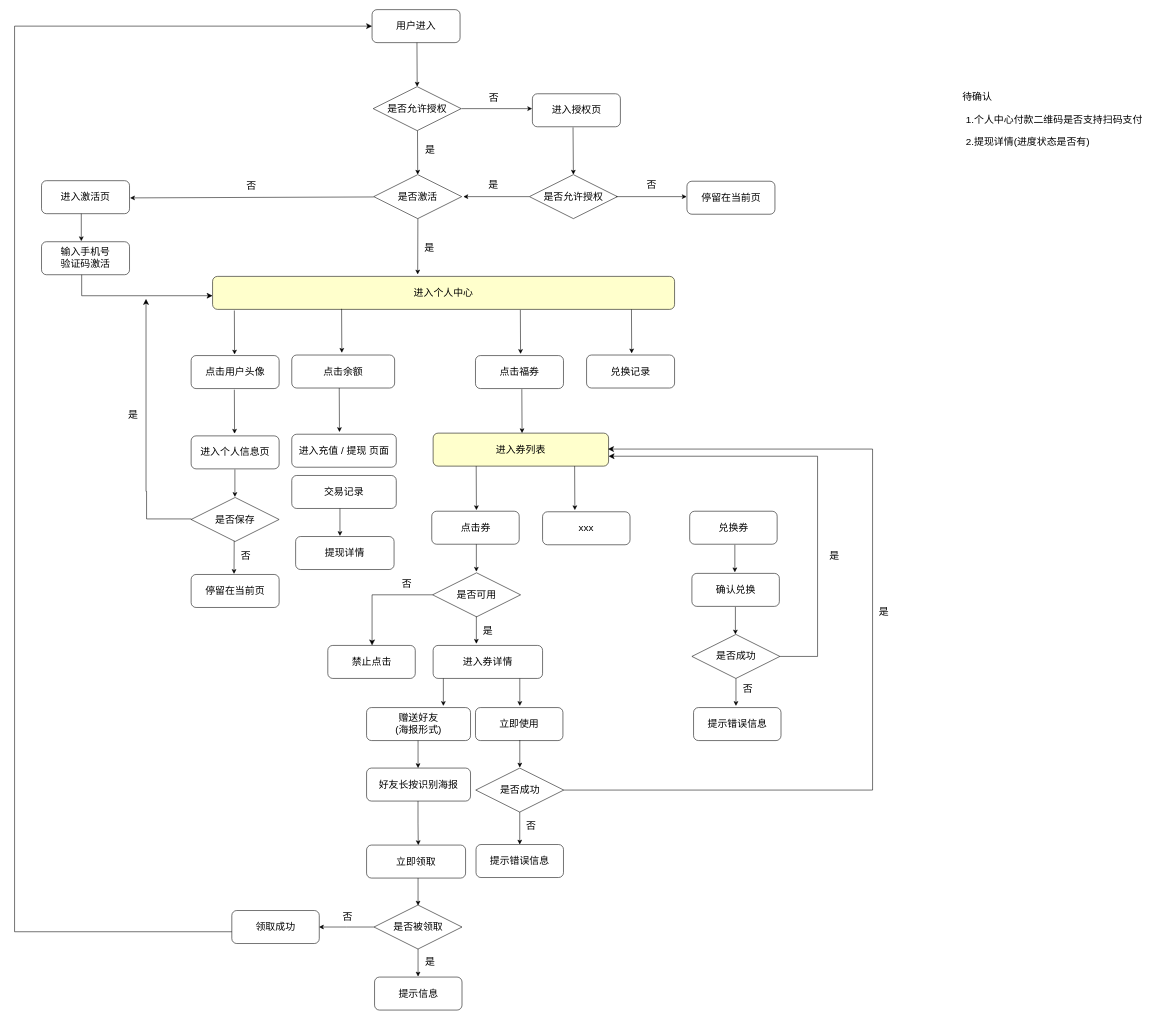
Above: 未命名绘图.drawio in 13717135460/vue-admin (draw.io), before the change. Source tidied: cells renumbered, new cells numbered last; positions are measured from the earlier drawing's top-left corner, leaving out a move shared by most shapes. Both pictures are drawn from the tidied source at 55%, with x=0, y=0 at pixel (14, 9).
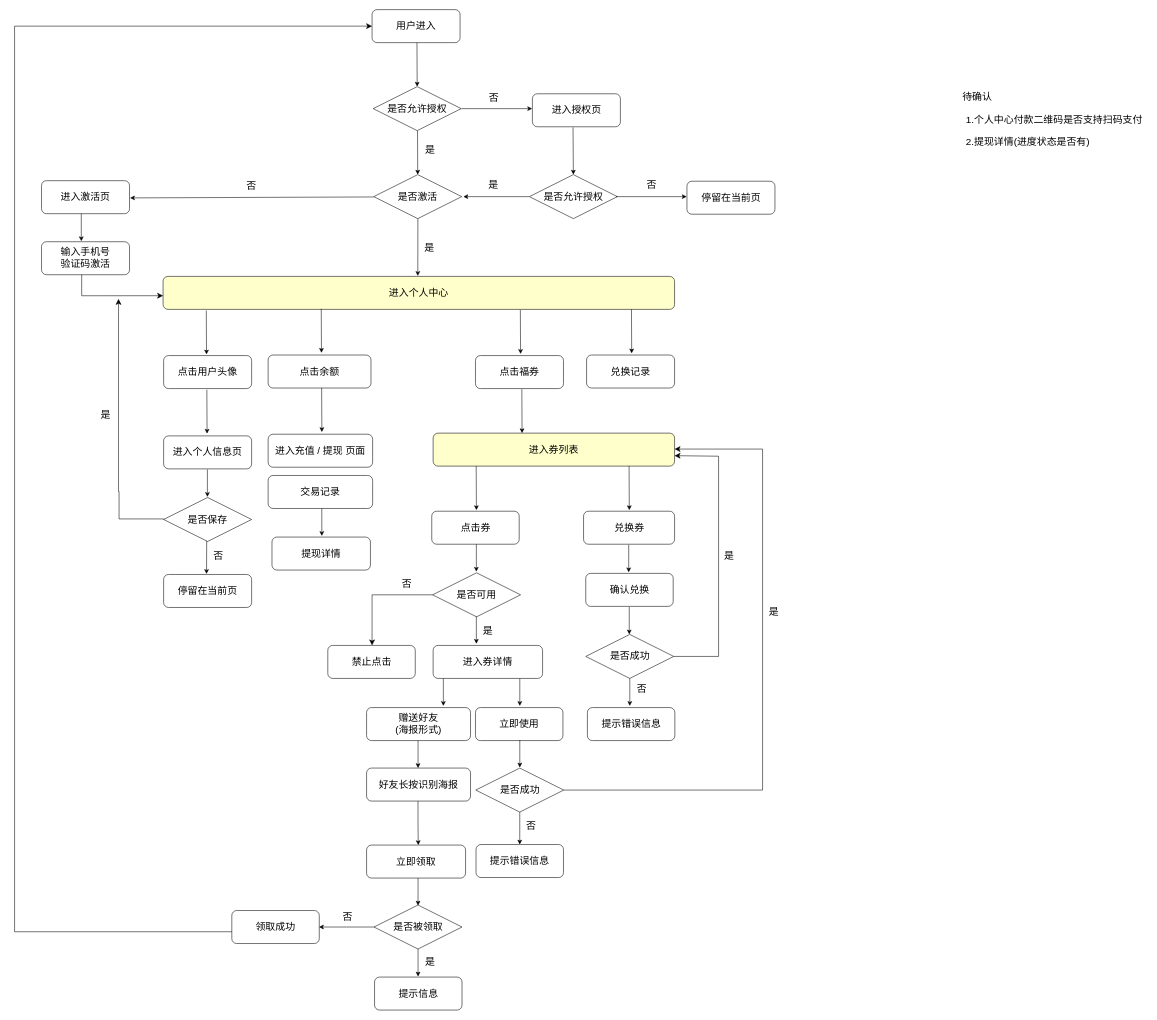
The same diagram, later.

Commit message (it also covers changes not shown here):
更新未命名绘图.drawio

The change refers to these unchanged cells:
```xml
<mxCell id="56" value="&lt;font style=&quot;font-size: 18px;&quot;&gt;是否成功&lt;/font&gt;" style="rhombus;whiteSpace=wrap;html=1;" parent="1" vertex="1">
  <mxGeometry x="838.5" y="1379" width="160" height="80" as="geometry" />
</mxCell>
```

What changed in the source:
```diff
@@
-    <mxCell id="3" style="endArrow=classic;html=1;rounded=0;entryX=0.444;entryY=-0.058;entryDx=0;entryDy=0;entryPerimeter=0;" parent="1" edge="1" target="7">
+    <mxCell id="3" style="endArrow=classic;html=1;rounded=0;entryX=0.498;entryY=-0.014;entryDx=0;entryDy=0;entryPerimeter=0;" parent="1" edge="1" target="7">
       <mxGeometry relative="1" as="geometry">
         <mxPoint x="733.3" y="380" as="sourcePoint" />
       </mxGeometry>
     </mxCell>
@@
     <mxCell id="7" value="&lt;font style=&quot;font-size: 18px;&quot;&gt;进入个人中心&lt;/font&gt;" style="rounded=1;whiteSpace=wrap;html=1;fillColor=#FFFFCC;" parent="1" vertex="1">
-      <mxGeometry x="360" y="485" width="840" height="60" as="geometry" />
+      <mxGeometry x="270" y="485" width="930" height="60" as="geometry" />
     </mxCell>
@@
     <mxCell id="12" style="endArrow=classic;html=1;rounded=0;" parent="1" edge="1">
       <mxGeometry relative="1" as="geometry">
-        <mxPoint x="399.6" y="547" as="sourcePoint" />
-        <mxPoint x="400" y="627" as="targetPoint" />
+        <mxPoint x="348.6" y="547" as="sourcePoint" />
+        <mxPoint x="349" y="627" as="targetPoint" />
       </mxGeometry>
     </mxCell>
@@
     <mxCell id="14" value="&lt;font style=&quot;font-size: 18px;&quot;&gt;点击用户头像&lt;/font&gt;" style="rounded=1;whiteSpace=wrap;html=1;" parent="1" vertex="1">
-      <mxGeometry x="321" y="629" width="160" height="60" as="geometry" />
+      <mxGeometry x="271" y="629" width="160" height="60" as="geometry" />
     </mxCell>
     <mxCell id="15" style="endArrow=classic;html=1;rounded=0;" parent="1" edge="1">
       <mxGeometry relative="1" as="geometry">
-        <mxPoint x="399.6" y="691" as="sourcePoint" />
-        <mxPoint x="400" y="771" as="targetPoint" />
+        <mxPoint x="349.6" y="691" as="sourcePoint" />
+        <mxPoint x="350" y="771" as="targetPoint" />
       </mxGeometry>
     </mxCell>
     <mxCell id="16" value="&lt;font style=&quot;font-size: 18px;&quot;&gt;进入个人信息页&lt;/font&gt;" style="rounded=1;whiteSpace=wrap;html=1;" parent="1" vertex="1">
-      <mxGeometry x="321" y="775" width="160" height="60" as="geometry" />
+      <mxGeometry x="271" y="775" width="160" height="60" as="geometry" />
     </mxCell>
     <mxCell id="17" value="&lt;font style=&quot;font-size: 18px;&quot;&gt;是否保存&lt;/font&gt;" style="rhombus;whiteSpace=wrap;html=1;" parent="1" vertex="1">
-      <mxGeometry x="321" y="887" width="160" height="80" as="geometry" />
+      <mxGeometry x="271" y="887" width="160" height="80" as="geometry" />
     </mxCell>
     <mxCell id="18" style="endArrow=classic;html=1;rounded=0;" parent="1" edge="1">
       <mxGeometry relative="1" as="geometry">
-        <mxPoint x="400.6" y="836" as="sourcePoint" />
-        <mxPoint x="400.6" y="886" as="targetPoint" />
+        <mxPoint x="350.6" y="836" as="sourcePoint" />
+        <mxPoint x="350.6" y="886" as="targetPoint" />
       </mxGeometry>
     </mxCell>
     <mxCell id="19" style="edgeStyle=segmentEdgeStyle;endArrow=classic;html=1;curved=0;rounded=0;endSize=8;startSize=8;exitX=0;exitY=0.5;exitDx=0;exitDy=0;" parent="1" edge="1" source="17">
       <mxGeometry relative="1" as="geometry">
-        <mxPoint x="239" y="526" as="targetPoint" />
+        <mxPoint x="189" y="526" as="targetPoint" />
         <Array as="points">
-          <mxPoint x="240" y="926" />
-          <mxPoint x="240" y="876" />
+          <mxPoint x="190" y="926" />
+          <mxPoint x="190" y="876" />
         </Array>
       </mxGeometry>
     </mxCell>
     <mxCell id="20" value="&lt;font style=&quot;font-size: 18px;&quot;&gt;是&lt;/font&gt;" style="text;html=1;align=center;verticalAlign=middle;strokeColor=none;fillColor=none;" parent="1" vertex="1">
-      <mxGeometry x="195" y="717" width="40" height="40" as="geometry" />
+      <mxGeometry x="145" y="717" width="40" height="40" as="geometry" />
     </mxCell>
     <mxCell id="21" style="endArrow=classic;html=1;rounded=0;" parent="1" edge="1">
       <mxGeometry relative="1" as="geometry">
-        <mxPoint x="399.3" y="966" as="sourcePoint" />
-        <mxPoint x="399" y="1026" as="targetPoint" />
+        <mxPoint x="349.3" y="966" as="sourcePoint" />
+        <mxPoint x="349" y="1026" as="targetPoint" />
       </mxGeometry>
     </mxCell>
     <mxCell id="22" value="&lt;font style=&quot;font-size: 18px;&quot;&gt;否&lt;/font&gt;" style="text;html=1;align=center;verticalAlign=middle;strokeColor=none;fillColor=none;" parent="1" vertex="1">
-      <mxGeometry x="400" y="973" width="40" height="40" as="geometry" />
+      <mxGeometry x="350" y="973" width="40" height="40" as="geometry" />
     </mxCell>
     <mxCell id="23" value="&lt;font style=&quot;font-size: 18px;&quot;&gt;停留在当前页&lt;/font&gt;" style="rounded=1;whiteSpace=wrap;html=1;" parent="1" vertex="1">
-      <mxGeometry x="321" y="1027" width="160" height="60" as="geometry" />
+      <mxGeometry x="271" y="1027" width="160" height="60" as="geometry" />
     </mxCell>
     <mxCell id="24" style="endArrow=classic;html=1;rounded=0;" parent="1" edge="1">
       <mxGeometry relative="1" as="geometry">
-        <mxPoint x="594.6" y="544" as="sourcePoint" />
-        <mxPoint x="595" y="624" as="targetPoint" />
+        <mxPoint x="557.6" y="544" as="sourcePoint" />
+        <mxPoint x="558" y="624" as="targetPoint" />
       </mxGeometry>
     </mxCell>
     <mxCell id="25" value="&lt;font style=&quot;font-size: 18px;&quot;&gt;点击余额&lt;/font&gt;" style="rounded=1;whiteSpace=wrap;html=1;" parent="1" vertex="1">
-      <mxGeometry x="504" y="628" width="187" height="60" as="geometry" />
+      <mxGeometry x="461" y="628" width="187" height="60" as="geometry" />
     </mxCell>
@@
     <mxCell id="28" style="endArrow=classic;html=1;rounded=0;" parent="1" edge="1">
       <mxGeometry relative="1" as="geometry">
-        <mxPoint x="590.3" y="688" as="sourcePoint" />
-        <mxPoint x="590.7" y="768" as="targetPoint" />
+        <mxPoint x="558.3" y="688" as="sourcePoint" />
+        <mxPoint x="558.7" y="768" as="targetPoint" />
       </mxGeometry>
     </mxCell>
     <mxCell id="29" value="&lt;font style=&quot;font-size: 18px;&quot;&gt;进入充值 / 提现 页面&lt;/font&gt;" style="rounded=1;whiteSpace=wrap;html=1;" parent="1" vertex="1">
-      <mxGeometry x="504" y="772" width="190" height="60" as="geometry" />
+      <mxGeometry x="461" y="772" width="190" height="60" as="geometry" />
     </mxCell>
     <mxCell id="30" value="&lt;font style=&quot;font-size: 18px;&quot;&gt;交易记录&lt;/font&gt;" style="rounded=1;whiteSpace=wrap;html=1;" parent="1" vertex="1">
-      <mxGeometry x="504" y="847" width="190" height="60" as="geometry" />
+      <mxGeometry x="461" y="847" width="190" height="60" as="geometry" />
     </mxCell>
@@
     <mxCell id="32" value="&lt;font style=&quot;font-size: 18px;&quot;&gt;进入券列表&lt;/font&gt;" style="rounded=1;whiteSpace=wrap;html=1;fillColor=#FFFFCC;" parent="1" vertex="1">
-      <mxGeometry x="761" y="770" width="319" height="60" as="geometry" />
+      <mxGeometry x="761" y="770" width="439" height="60" as="geometry" />
     </mxCell>
@@
     <mxCell id="40" style="endArrow=classic;html=1;rounded=0;" parent="1" edge="1">
       <mxGeometry relative="1" as="geometry">
-        <mxPoint x="1018.3" y="830" as="sourcePoint" />
-        <mxPoint x="1018.7" y="910" as="targetPoint" />
+        <mxPoint x="1117.3" y="830" as="sourcePoint" />
+        <mxPoint x="1117.7" y="910" as="targetPoint" />
       </mxGeometry>
     </mxCell>
     <mxCell id="41" value="&lt;font style=&quot;font-size: 18px;&quot;&gt;兑换券&lt;/font&gt;" style="rounded=1;whiteSpace=wrap;html=1;" parent="1" vertex="1">
-      <mxGeometry x="1227.5" y="912" width="159" height="60" as="geometry" />
+      <mxGeometry x="1034.5" y="912" width="165.5" height="60" as="geometry" />
     </mxCell>
@@
     <mxCell id="45" style="endArrow=classic;html=1;rounded=0;" parent="1" edge="1">
       <mxGeometry relative="1" as="geometry">
-        <mxPoint x="1309.6" y="973" as="sourcePoint" />
-        <mxPoint x="1309.6" y="1023" as="targetPoint" />
+        <mxPoint x="1116.6" y="973" as="sourcePoint" />
+        <mxPoint x="1116.6" y="1023" as="targetPoint" />
       </mxGeometry>
     </mxCell>
     <mxCell id="46" value="&lt;font style=&quot;font-size: 18px;&quot;&gt;确认兑换&lt;/font&gt;" style="rounded=1;whiteSpace=wrap;html=1;" parent="1" vertex="1">
-      <mxGeometry x="1231.5" y="1025" width="159" height="60" as="geometry" />
+      <mxGeometry x="1038.5" y="1025" width="159" height="60" as="geometry" />
     </mxCell>
     <mxCell id="47" style="endArrow=classic;html=1;rounded=0;" parent="1" edge="1">
       <mxGeometry relative="1" as="geometry">
-        <mxPoint x="1310.6" y="1086" as="sourcePoint" />
-        <mxPoint x="1310.6" y="1136" as="targetPoint" />
+        <mxPoint x="1117.6" y="1086" as="sourcePoint" />
+        <mxPoint x="1117.6" y="1136" as="targetPoint" />
       </mxGeometry>
     </mxCell>
     <mxCell id="48" value="&lt;font style=&quot;font-size: 18px;&quot;&gt;是否成功&lt;/font&gt;" style="rhombus;whiteSpace=wrap;html=1;" parent="1" vertex="1">
-      <mxGeometry x="1231.5" y="1136" width="160" height="80" as="geometry" />
+      <mxGeometry x="1038.5" y="1136" width="160" height="80" as="geometry" />
     </mxCell>
     <mxCell id="49" style="endArrow=classic;html=1;rounded=0;" parent="1" edge="1">
       <mxGeometry relative="1" as="geometry">
-        <mxPoint x="1311.6" y="1216" as="sourcePoint" />
-        <mxPoint x="1311.6" y="1266" as="targetPoint" />
+        <mxPoint x="1118.6" y="1216" as="sourcePoint" />
+        <mxPoint x="1118.6" y="1266" as="targetPoint" />
       </mxGeometry>
     </mxCell>
     <mxCell id="50" value="&lt;font style=&quot;font-size: 18px;&quot;&gt;否&lt;/font&gt;" style="text;html=1;align=center;verticalAlign=middle;strokeColor=none;fillColor=none;" parent="1" vertex="1">
-      <mxGeometry x="1313" y="1216" width="40" height="40" as="geometry" />
+      <mxGeometry x="1120" y="1216" width="40" height="40" as="geometry" />
     </mxCell>
     <mxCell id="51" value="&lt;font style=&quot;font-size: 18px;&quot;&gt;提示错误信息&lt;/font&gt;" style="rounded=1;whiteSpace=wrap;html=1;" parent="1" vertex="1">
-      <mxGeometry x="1234.5" y="1269" width="159" height="60" as="geometry" />
+      <mxGeometry x="1041.5" y="1269" width="159" height="60" as="geometry" />
     </mxCell>
-    <mxCell id="52" style="edgeStyle=segmentEdgeStyle;endArrow=classic;html=1;curved=0;rounded=0;endSize=8;startSize=8;entryX=1;entryY=0.5;entryDx=0;entryDy=0;exitX=1;exitY=0.5;exitDx=0;exitDy=0;" parent="1" edge="1" source="48">
+    <mxCell id="52" style="edgeStyle=segmentEdgeStyle;endArrow=classic;html=1;curved=0;rounded=0;endSize=8;startSize=8;exitX=1;exitY=0.5;exitDx=0;exitDy=0;" parent="1" edge="1" source="48">
       <mxGeometry relative="1" as="geometry">
-        <mxPoint x="1080" y="812" as="targetPoint" />
+        <mxPoint x="1200" y="811" as="targetPoint" />
         <Array as="points">
-          <mxPoint x="1460" y="1176" />
-          <mxPoint x="1460" y="812" />
+          <mxPoint x="1280" y="1176" />
+          <mxPoint x="1280" y="812" />
+          <mxPoint x="1200" y="812" />
         </Array>
       </mxGeometry>
     </mxCell>
     <mxCell id="53" value="&lt;font style=&quot;font-size: 18px;&quot;&gt;是&lt;/font&gt;" style="text;html=1;align=center;verticalAlign=middle;strokeColor=none;fillColor=none;" parent="1" vertex="1">
-      <mxGeometry x="1470" y="973" width="40" height="40" as="geometry" />
+      <mxGeometry x="1279" y="973" width="40" height="40" as="geometry" />
     </mxCell>
@@
-    <mxCell id="60" style="edgeStyle=segmentEdgeStyle;endArrow=classic;html=1;curved=0;rounded=0;endSize=8;startSize=8;entryX=1;entryY=0.5;entryDx=0;entryDy=0;exitX=1;exitY=0.5;exitDx=0;exitDy=0;" parent="1" edge="1" source="56">
+    <mxCell id="60" style="edgeStyle=segmentEdgeStyle;endArrow=classic;html=1;curved=0;rounded=0;endSize=8;startSize=8;exitX=1;exitY=0.5;exitDx=0;exitDy=0;" parent="1" edge="1" source="56">
       <mxGeometry relative="1" as="geometry">
-        <mxPoint x="1079" y="799" as="targetPoint" />
+        <mxPoint x="1200" y="799" as="targetPoint" />
         <Array as="points">
-          <mxPoint x="1560" y="1419" />
-          <mxPoint x="1560" y="799" />
+          <mxPoint x="1360" y="1419" />
+          <mxPoint x="1360" y="799" />
         </Array>
       </mxGeometry>
     </mxCell>
     <mxCell id="61" value="&lt;font style=&quot;font-size: 18px;&quot;&gt;是&lt;/font&gt;" style="text;html=1;align=center;verticalAlign=middle;strokeColor=none;fillColor=none;" parent="1" vertex="1">
-      <mxGeometry x="1560" y="1076" width="40" height="40" as="geometry" />
+      <mxGeometry x="1360" y="1076" width="40" height="40" as="geometry" />
     </mxCell>
@@
     <mxCell id="65" value="&lt;font style=&quot;font-size: 18px;&quot;&gt;提现详情&lt;/font&gt;" style="rounded=1;whiteSpace=wrap;html=1;" parent="1" vertex="1">
-      <mxGeometry x="511" y="958" width="179" height="60" as="geometry" />
+      <mxGeometry x="468" y="959" width="179" height="60" as="geometry" />
     </mxCell>
     <mxCell id="66" style="endArrow=classic;html=1;rounded=0;" parent="1" edge="1">
       <mxGeometry relative="1" as="geometry">
-        <mxPoint x="591.6" y="907" as="sourcePoint" />
-        <mxPoint x="591.6" y="957" as="targetPoint" />
+        <mxPoint x="558.6" y="907" as="sourcePoint" />
+        <mxPoint x="558.6" y="957" as="targetPoint" />
       </mxGeometry>
     </mxCell>
@@
-    <mxCell id="81" value="&lt;font style=&quot;font-size: 18px;&quot;&gt;xxx&lt;/font&gt;" style="rounded=1;whiteSpace=wrap;html=1;" parent="1" vertex="1">
-      <mxGeometry x="960" y="913" width="159" height="60" as="geometry" />
-    </mxCell>
```
